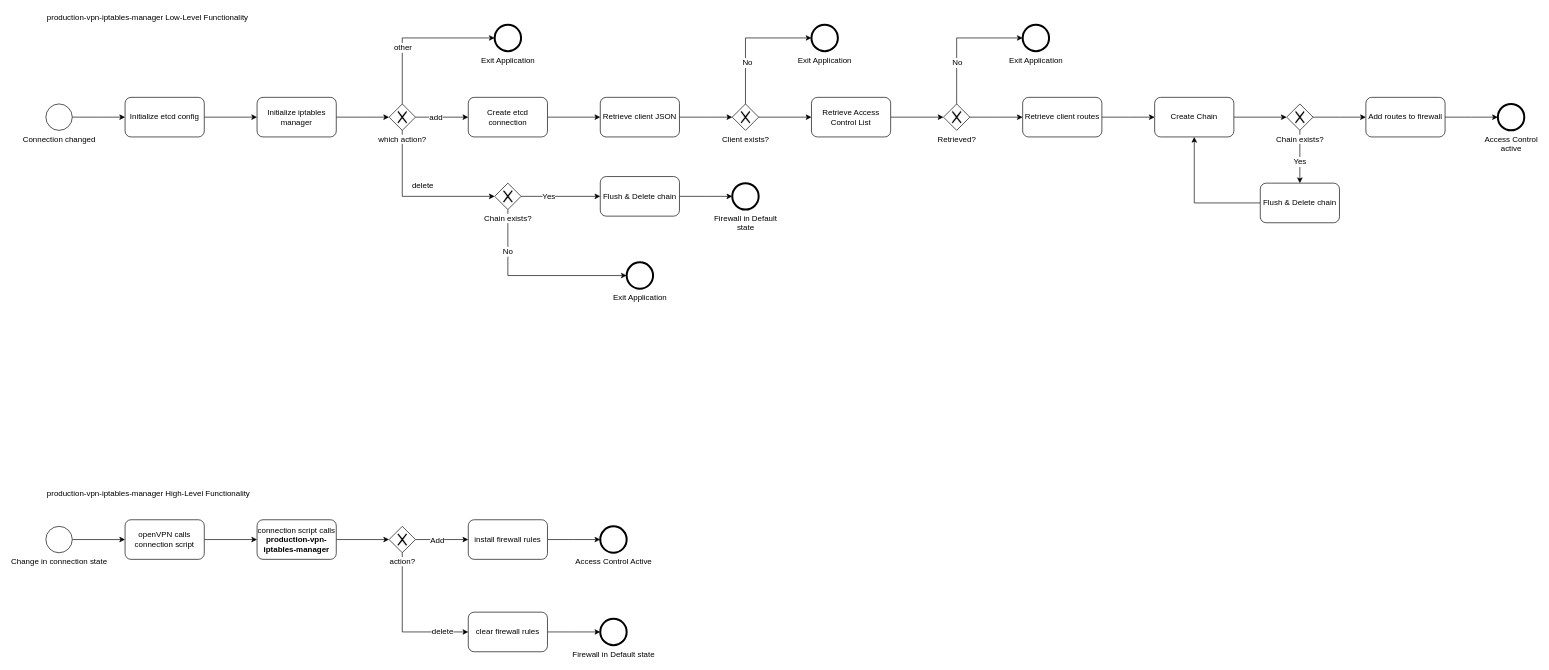
The draw.io diagram page "production-vpn-iptables-manager" (5 of 8) of OVPN Flow.drawio in GlennDeSmedt/GlennDeSmedt.github.io, before the edit. Source tidied: cells renumbered, new cells numbered last; positions are measured from the earlier drawing's top-left corner, leaving out a move shared by most shapes. Both pictures are drawn from the tidied source at 66%, with x=0, y=0 at pixel (46, 11).
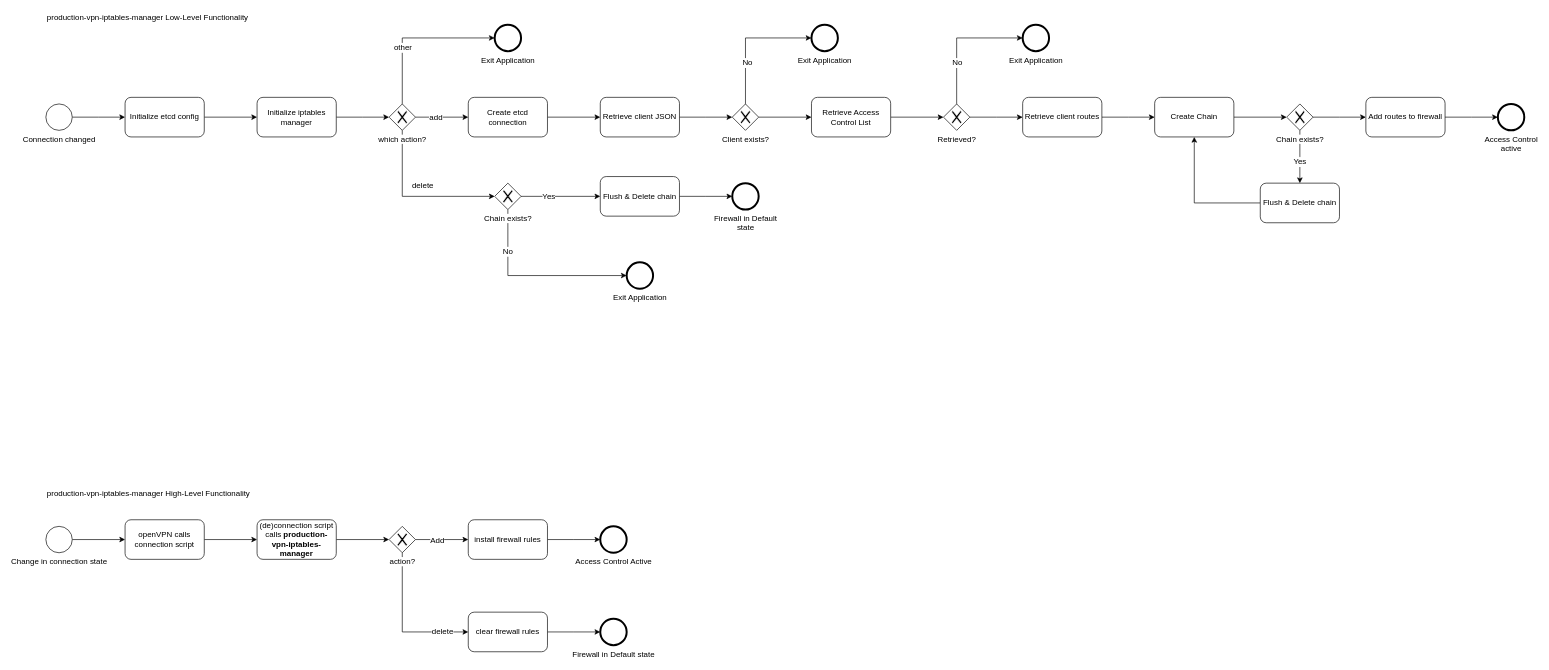
Above is the later version.

Change to the diagram source:
```diff
@@
-    <mxCell id="59" value="connection script calls &lt;b&gt;production-vpn-iptables-manager&lt;/b&gt;" style="shape=ext;rounded=1;html=1;whiteSpace=wrap;" parent="1" vertex="1">
+    <mxCell id="59" value="(de)connection script calls &lt;b&gt;production-vpn-iptables-manager&lt;/b&gt;" style="shape=ext;rounded=1;html=1;whiteSpace=wrap;" parent="1" vertex="1">
       <mxGeometry x="320" y="770" width="120" height="60" as="geometry" />
     </mxCell>
```
